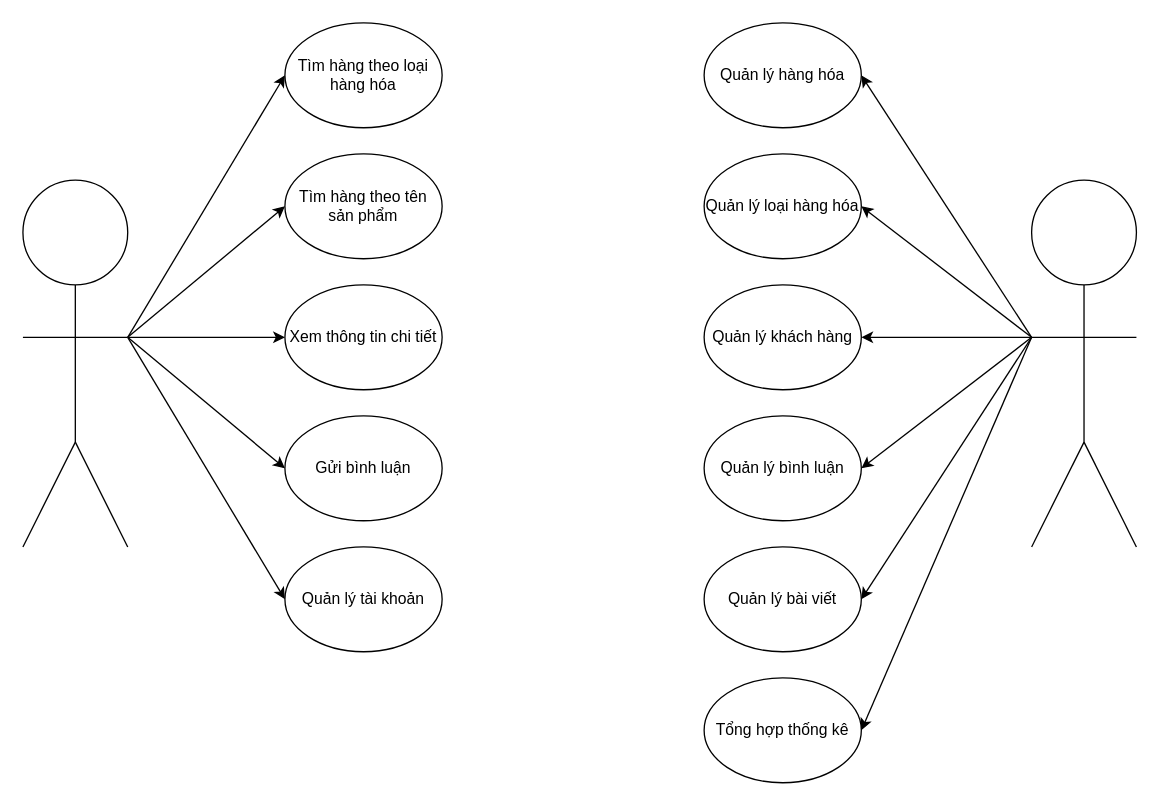
Earlier version of the draw.io diagram Untitled Diagram.drawio (PuuGoo/Ecommerce_Version). Source tidied: cells renumbered, new cells numbered last; positions are measured from the earlier drawing's top-left corner, leaving out a move shared by most shapes. Both pictures are drawn from the tidied source at 131%, with x=0, y=0 at pixel (22, 22).
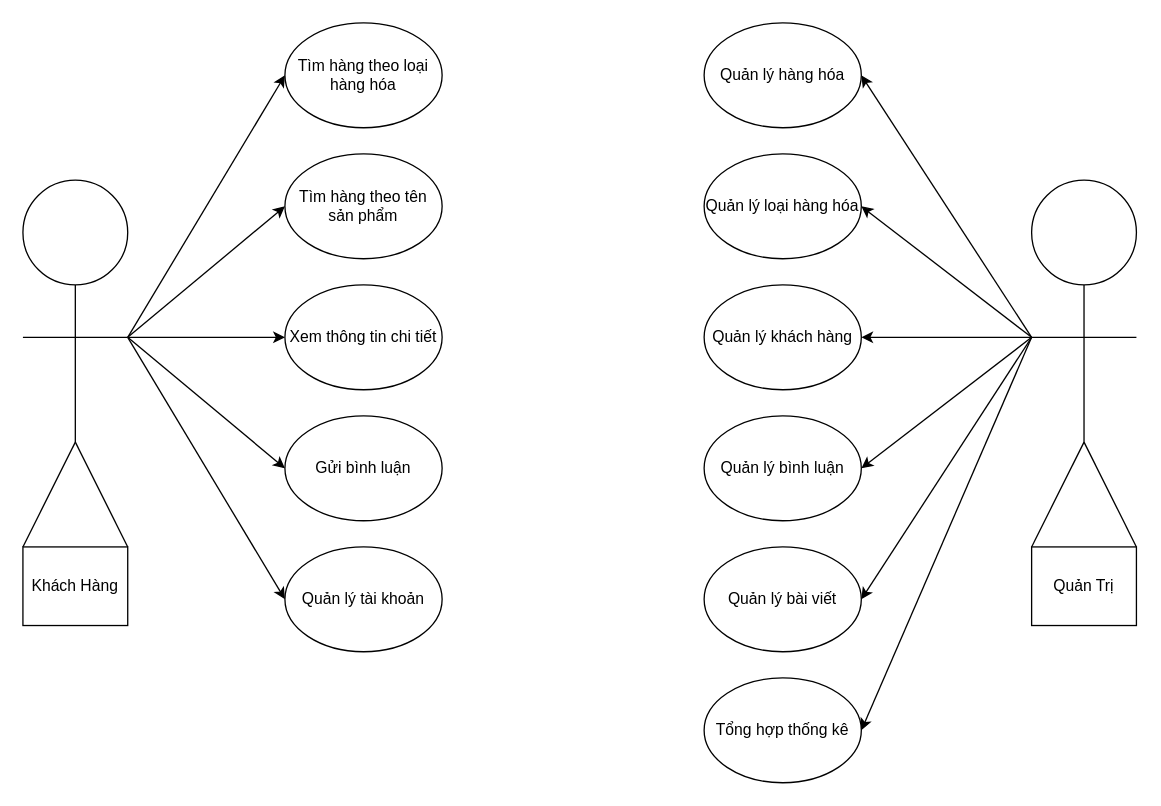
After the change.

What changed in the source:
```diff
@@
+    <mxCell id="38" value="Khách Hàng" style="rounded=0;whiteSpace=wrap;html=1;" parent="1" vertex="1">
+      <mxGeometry y="400" width="80" height="60" as="geometry" />
+    </mxCell>
+    <mxCell id="39" value="Quản Trị" style="rounded=0;whiteSpace=wrap;html=1;" parent="1" vertex="1">
+      <mxGeometry x="770" y="400" width="80" height="60" as="geometry" />
+    </mxCell>
```
